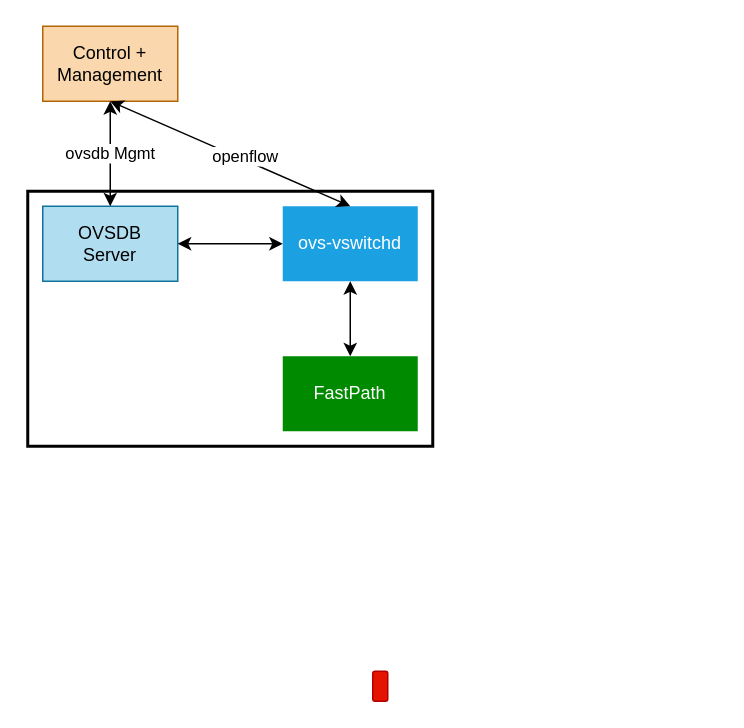
This is passive-monitoring-demo-components.drawio from sugchand/drawio, a draw.io file, before an edit. Source tidied: cells renumbered, new cells numbered last; positions are measured from the earlier drawing's top-left corner, leaving out a move shared by most shapes. Both pictures are drawn from the tidied source at 150%, with x=0, y=0 at pixel (27, 26).
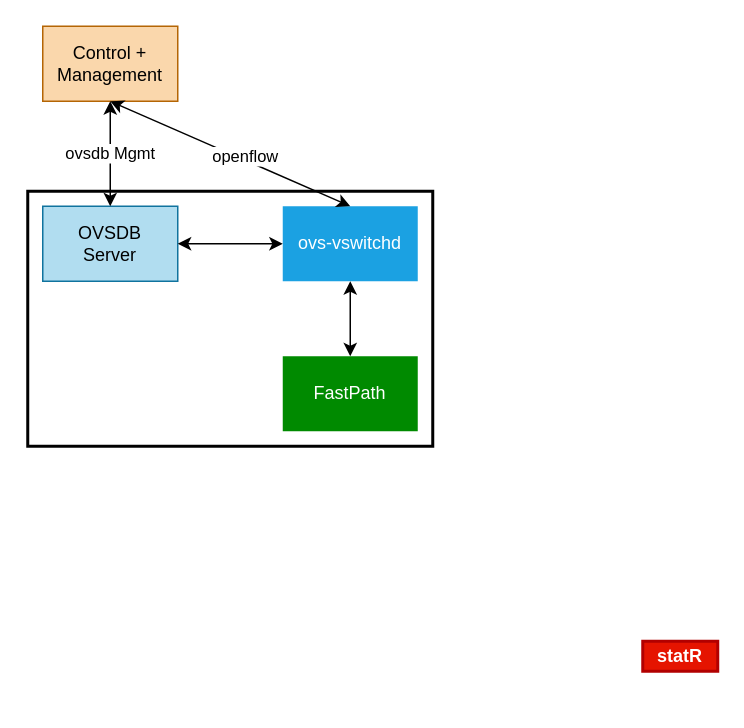
After the change.

Diff of the diagram source:
```diff
@@
 <mxGraphModel>
   <root>
     <mxCell id="0" />
     <mxCell id="1" parent="0" />
     <mxCell id="2" value="Control + Management" style="rounded=0;whiteSpace=wrap;html=1;fillColor=#fad7ac;strokeColor=#b46504;" parent="1" vertex="1">
       <mxGeometry x="10" width="90" height="50" as="geometry" />
     </mxCell>
     <mxCell id="3" value="OVSDB&lt;br&gt;Server" style="rounded=0;whiteSpace=wrap;html=1;fillColor=#b1ddf0;strokeColor=#10739e;" parent="1" vertex="1">
       <mxGeometry x="10" y="120" width="90" height="50" as="geometry" />
     </mxCell>
     <mxCell id="4" value="ovs-vswitchd" style="rounded=0;whiteSpace=wrap;html=1;fillColor=#1ba1e2;fontColor=#ffffff;strokeColor=none;" parent="1" vertex="1">
       <mxGeometry x="170" y="120" width="90" height="50" as="geometry" />
     </mxCell>
     <mxCell id="5" value="FastPath" style="rounded=0;whiteSpace=wrap;html=1;fillColor=#008a00;fontColor=#ffffff;strokeColor=none;" parent="1" vertex="1">
       <mxGeometry x="170" y="220" width="90" height="50" as="geometry" />
     </mxCell>
     <mxCell id="6" style="rounded=0;whiteSpace=wrap;html=1;fillColor=none;strokeWidth=2;" parent="1" vertex="1">
       <mxGeometry y="110" width="270" height="170" as="geometry" />
     </mxCell>
     <mxCell id="7" style="endArrow=classic;startArrow=classic;html=1;exitX=0.5;exitY=0;exitDx=0;exitDy=0;entryX=0.5;entryY=1;entryDx=0;entryDy=0;" parent="1" edge="1" source="5" target="4">
       <mxGeometry relative="1" as="geometry" />
     </mxCell>
     <mxCell id="8" style="endArrow=classic;startArrow=classic;html=1;exitX=0;exitY=0.5;exitDx=0;exitDy=0;entryX=1;entryY=0.5;entryDx=0;entryDy=0;" parent="1" edge="1" source="4" target="3">
       <mxGeometry relative="1" as="geometry" />
     </mxCell>
     <mxCell id="9" value="ovsdb Mgmt" style="endArrow=classic;startArrow=classic;html=1;entryX=0.5;entryY=1;entryDx=0;entryDy=0;" parent="1" edge="1" source="3" target="2">
       <mxGeometry relative="1" as="geometry" />
     </mxCell>
     <mxCell id="10" style="endArrow=classic;startArrow=classic;html=1;entryX=0.5;entryY=1;entryDx=0;entryDy=0;exitX=0.5;exitY=0;exitDx=0;exitDy=0;" parent="1" edge="1" source="4" target="2">
       <mxGeometry relative="1" as="geometry" />
     </mxCell>
     <mxCell id="11" value="openflow" style="edgeLabel;html=1;align=center;verticalAlign=middle;" parent="10" vertex="1">
       <mxGeometry x="-0.12" y="-3" relative="1" as="geometry">
         <mxPoint x="-1" as="offset" />
       </mxGeometry>
     </mxCell>
-    <mxCell id="12" style="rounded=1;whiteSpace=wrap;html=1;strokeWidth=1;fillColor=#e51400;strokeColor=#B20000;fontColor=#ffffff;" parent="1" vertex="1">
-      <mxGeometry x="230" y="430" width="10" height="20" as="geometry" />
-    </mxCell>
+    <mxCell id="13" value="&lt;b&gt;statR&lt;/b&gt;" style="rounded=0;whiteSpace=wrap;html=1;strokeWidth=2;fillColor=#e51400;strokeColor=#B20000;fontColor=#ffffff;" parent="1" vertex="1">
+      <mxGeometry x="410" y="410" width="50" height="20" as="geometry" />
+    </mxCell>
   </root>
 </mxGraphModel>
```
